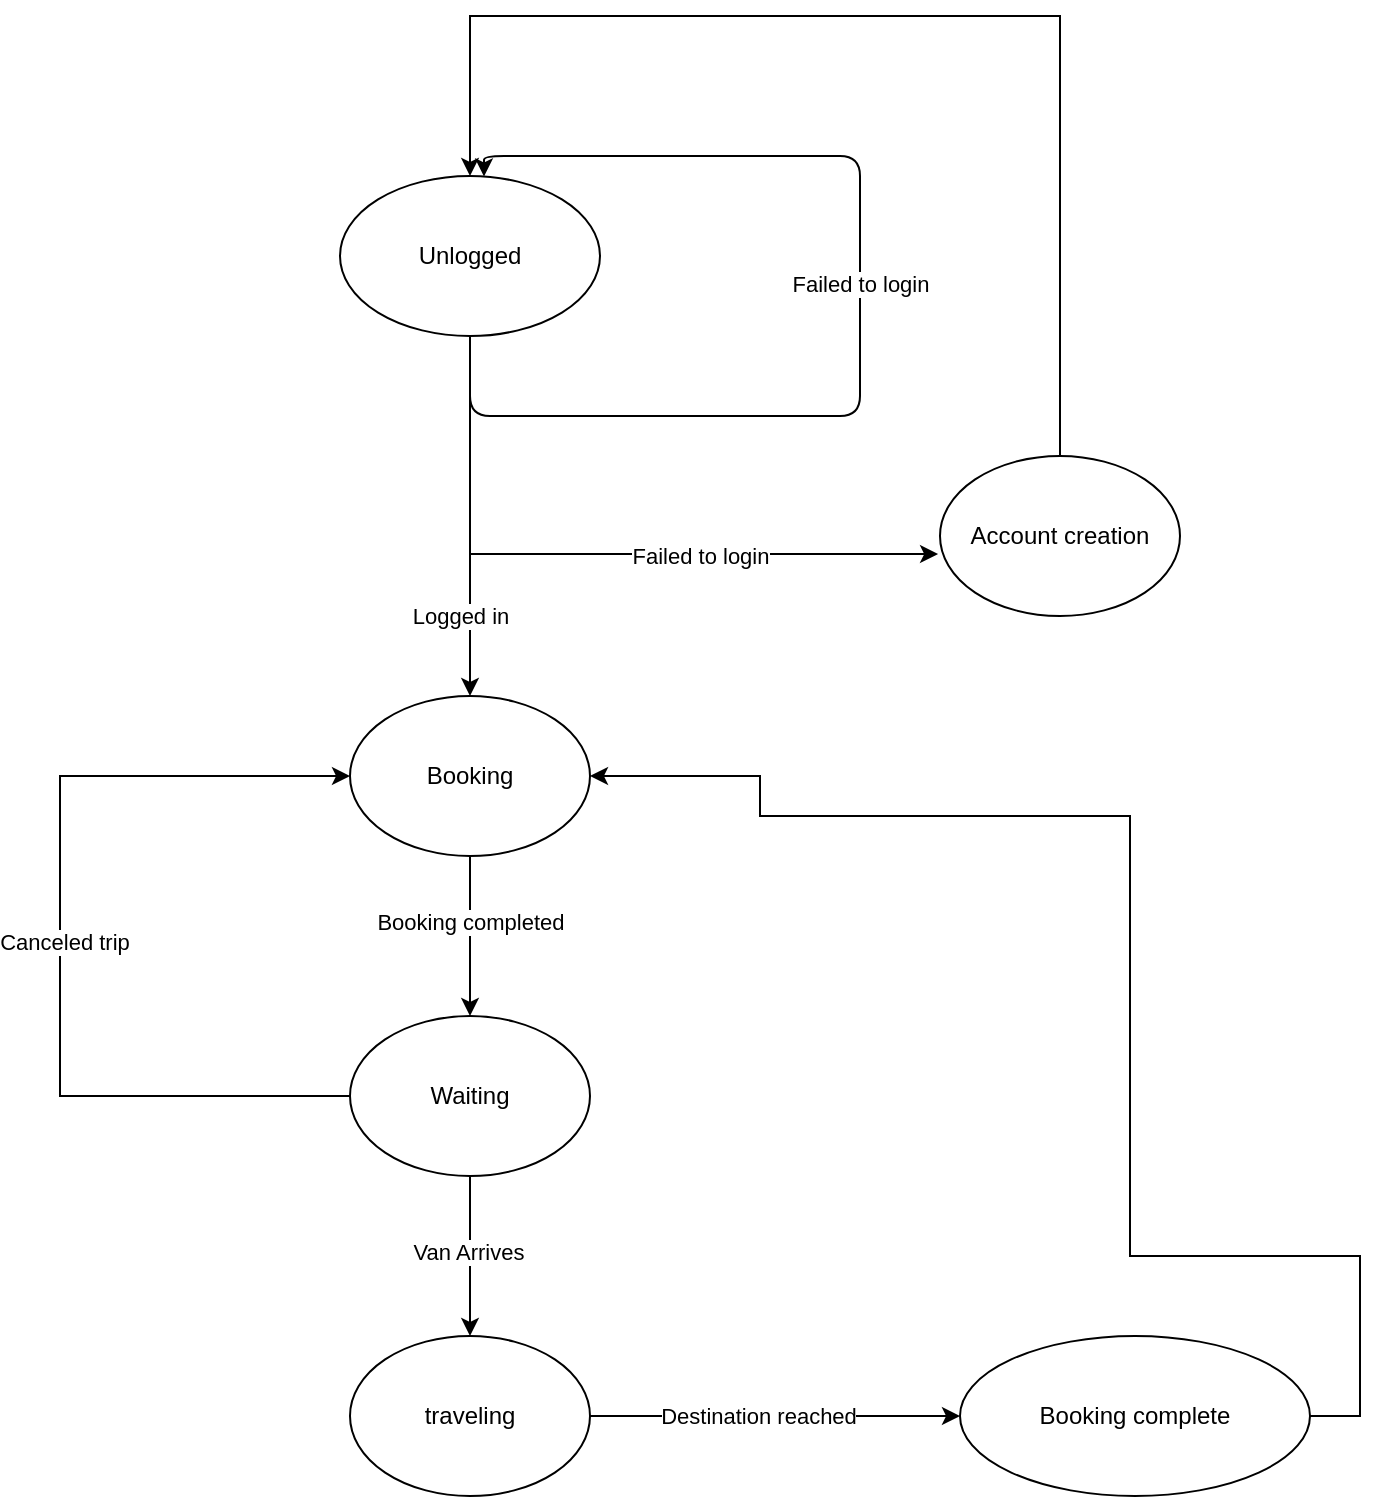
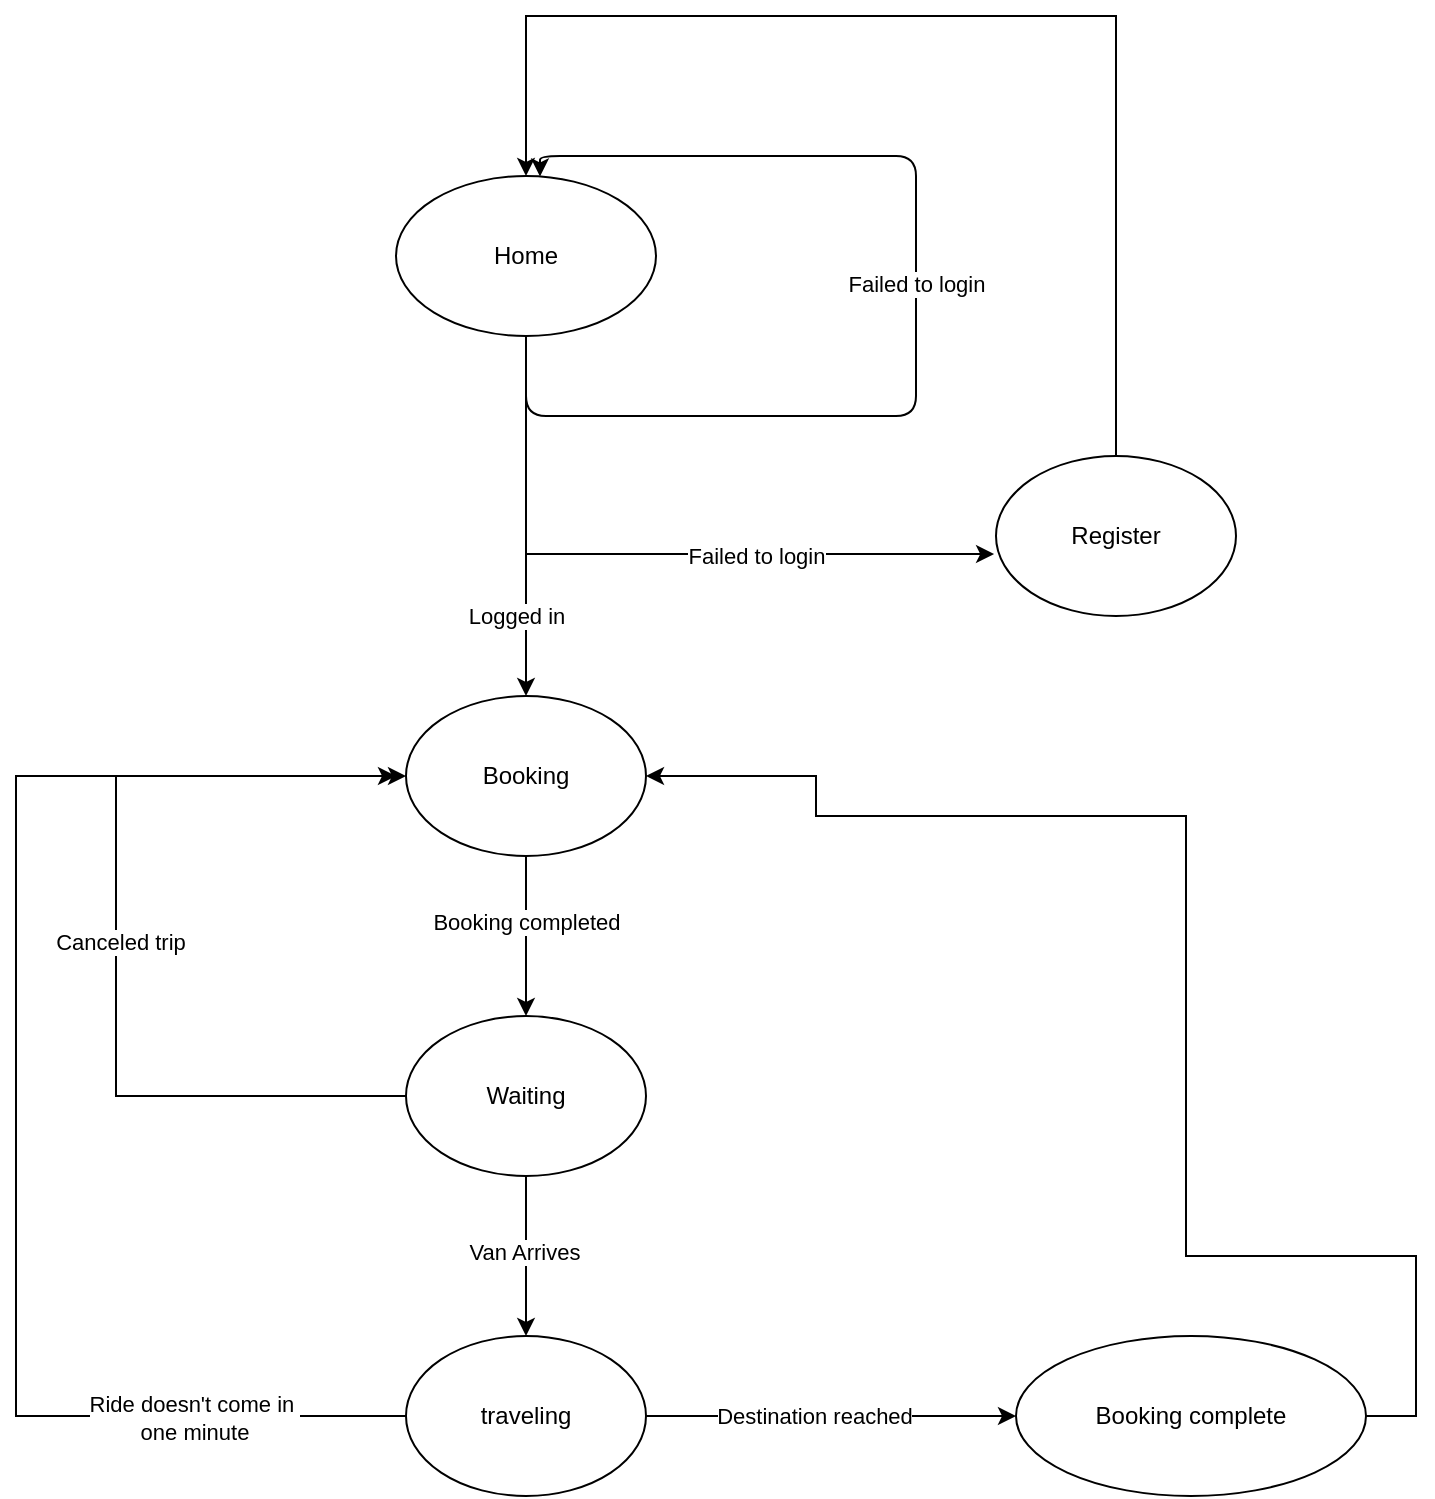
<mxfile host="app.diagrams.net">
  <diagram name="Page-1" id="2WAWrTisL8e0VHhELPyn">
    <mxGraphModel dx="1171" dy="707" grid="1" gridSize="10" guides="1" tooltips="1" connect="1" arrows="1" fold="1" page="1" pageScale="1" pageWidth="850" pageHeight="1100" math="0" shadow="0">
      <root>
        <mxCell id="0" />
        <mxCell id="1" parent="0" />
        <mxCell id="wllHSmSikJM-L9H1uCEE-3" edge="1" parent="1" source="wllHSmSikJM-L9H1uCEE-1" style="edgeStyle=orthogonalEdgeStyle;rounded=0;orthogonalLoop=1;jettySize=auto;html=1;" target="wllHSmSikJM-L9H1uCEE-2" value="Logged in">
          <mxGeometry relative="1" x="0.5556" y="-5" as="geometry">
            <mxPoint as="offset" />
          </mxGeometry>
        </mxCell>
-         <mxCell id="wllHSmSikJM-L9H1uCEE-1" parent="1" style="ellipse;whiteSpace=wrap;html=1;" value="Unlogged" vertex="1">
+         <mxCell id="wllHSmSikJM-L9H1uCEE-1" parent="1" style="ellipse;whiteSpace=wrap;html=1;" value="Home" vertex="1">
          <mxGeometry height="80" width="130" x="290" y="160" as="geometry" />
        </mxCell>
        <mxCell id="wllHSmSikJM-L9H1uCEE-11" edge="1" parent="1" source="wllHSmSikJM-L9H1uCEE-2" style="edgeStyle=orthogonalEdgeStyle;rounded=0;orthogonalLoop=1;jettySize=auto;html=1;" target="wllHSmSikJM-L9H1uCEE-10" value="">
          <mxGeometry relative="1" as="geometry" />
        </mxCell>
        <mxCell id="wllHSmSikJM-L9H1uCEE-17" connectable="0" parent="wllHSmSikJM-L9H1uCEE-11" style="edgeLabel;html=1;align=center;verticalAlign=middle;resizable=0;points=[];" value="Booking completed" vertex="1">
          <mxGeometry relative="1" x="-0.175" as="geometry">
            <mxPoint as="offset" />
          </mxGeometry>
        </mxCell>
        <mxCell id="wllHSmSikJM-L9H1uCEE-2" parent="1" style="ellipse;whiteSpace=wrap;html=1;" value="Booking" vertex="1">
          <mxGeometry height="80" width="120" x="295" y="420" as="geometry" />
        </mxCell>
        <mxCell id="wllHSmSikJM-L9H1uCEE-4" edge="1" parent="1" source="wllHSmSikJM-L9H1uCEE-1" style="edgeStyle=orthogonalEdgeStyle;rounded=1;orthogonalLoop=1;jettySize=auto;html=1;curved=0;" target="wllHSmSikJM-L9H1uCEE-1">
          <mxGeometry relative="1" as="geometry">
            <Array as="points">
              <mxPoint x="355" y="280" />
              <mxPoint x="550" y="280" />
              <mxPoint x="550" y="150" />
              <mxPoint x="362" y="150" />
            </Array>
          </mxGeometry>
        </mxCell>
        <mxCell id="wllHSmSikJM-L9H1uCEE-5" connectable="0" parent="wllHSmSikJM-L9H1uCEE-4" style="edgeLabel;html=1;align=center;verticalAlign=middle;resizable=0;points=[];" value="Failed to login" vertex="1">
          <mxGeometry relative="1" x="0.0603" as="geometry">
            <mxPoint y="-3" as="offset" />
          </mxGeometry>
        </mxCell>
        <mxCell id="wllHSmSikJM-L9H1uCEE-9" edge="1" parent="1" source="wllHSmSikJM-L9H1uCEE-6" style="edgeStyle=orthogonalEdgeStyle;rounded=0;orthogonalLoop=1;jettySize=auto;html=1;exitX=0.5;exitY=0;exitDx=0;exitDy=0;entryX=0.5;entryY=0;entryDx=0;entryDy=0;" target="wllHSmSikJM-L9H1uCEE-1">
          <mxGeometry relative="1" as="geometry">
            <Array as="points">
              <mxPoint x="650" y="80" />
              <mxPoint x="355" y="80" />
            </Array>
            <mxPoint x="660" y="80" as="targetPoint" />
          </mxGeometry>
        </mxCell>
-         <mxCell id="wllHSmSikJM-L9H1uCEE-6" parent="1" style="ellipse;whiteSpace=wrap;html=1;" value="Account creation" vertex="1">
+         <mxCell id="wllHSmSikJM-L9H1uCEE-6" parent="1" style="ellipse;whiteSpace=wrap;html=1;" value="Register" vertex="1">
          <mxGeometry height="80" width="120" x="590" y="300" as="geometry" />
        </mxCell>
        <mxCell id="wllHSmSikJM-L9H1uCEE-7" edge="1" parent="1" source="wllHSmSikJM-L9H1uCEE-1" style="edgeStyle=orthogonalEdgeStyle;rounded=0;orthogonalLoop=1;jettySize=auto;html=1;exitX=0.5;exitY=1;exitDx=0;exitDy=0;entryX=-0.008;entryY=0.613;entryDx=0;entryDy=0;entryPerimeter=0;" target="wllHSmSikJM-L9H1uCEE-6">
          <mxGeometry relative="1" as="geometry">
            <Array as="points">
              <mxPoint x="355" y="349" />
            </Array>
          </mxGeometry>
        </mxCell>
        <mxCell id="wllHSmSikJM-L9H1uCEE-8" connectable="0" parent="wllHSmSikJM-L9H1uCEE-7" style="edgeLabel;html=1;align=center;verticalAlign=middle;resizable=0;points=[];" value="Failed to login" vertex="1">
          <mxGeometry relative="1" x="0.2885" y="-4" as="geometry">
            <mxPoint x="3" y="-3" as="offset" />
          </mxGeometry>
        </mxCell>
        <mxCell id="wllHSmSikJM-L9H1uCEE-13" edge="1" parent="1" source="wllHSmSikJM-L9H1uCEE-10" style="edgeStyle=orthogonalEdgeStyle;rounded=0;orthogonalLoop=1;jettySize=auto;html=1;" target="wllHSmSikJM-L9H1uCEE-12" value="">
          <mxGeometry relative="1" as="geometry" />
        </mxCell>
        <mxCell id="wllHSmSikJM-L9H1uCEE-18" connectable="0" parent="wllHSmSikJM-L9H1uCEE-13" style="edgeLabel;html=1;align=center;verticalAlign=middle;resizable=0;points=[];" value="Van Arrives" vertex="1">
          <mxGeometry relative="1" x="-0.05" y="-1" as="geometry">
            <mxPoint as="offset" />
          </mxGeometry>
        </mxCell>
        <mxCell id="wllHSmSikJM-L9H1uCEE-22" edge="1" parent="1" source="wllHSmSikJM-L9H1uCEE-10" style="edgeStyle=orthogonalEdgeStyle;rounded=0;orthogonalLoop=1;jettySize=auto;html=1;entryX=0;entryY=0.5;entryDx=0;entryDy=0;exitX=0;exitY=0.5;exitDx=0;exitDy=0;" target="wllHSmSikJM-L9H1uCEE-2">
          <mxGeometry relative="1" as="geometry">
            <Array as="points">
              <mxPoint x="150" y="620" />
              <mxPoint x="150" y="460" />
            </Array>
            <mxPoint x="290" y="610" as="sourcePoint" />
          </mxGeometry>
        </mxCell>
        <mxCell id="wllHSmSikJM-L9H1uCEE-23" connectable="0" parent="wllHSmSikJM-L9H1uCEE-22" style="edgeLabel;html=1;align=center;verticalAlign=middle;resizable=0;points=[];" value="Canceled trip" vertex="1">
          <mxGeometry relative="1" x="-0.0133" y="-2" as="geometry">
            <mxPoint as="offset" />
          </mxGeometry>
        </mxCell>
        <mxCell id="wllHSmSikJM-L9H1uCEE-10" parent="1" style="ellipse;whiteSpace=wrap;html=1;" value="&lt;div&gt;Waiting&lt;/div&gt;" vertex="1">
          <mxGeometry height="80" width="120" x="295" y="580" as="geometry" />
        </mxCell>
        <mxCell id="wllHSmSikJM-L9H1uCEE-15" edge="1" parent="1" source="wllHSmSikJM-L9H1uCEE-12" style="edgeStyle=orthogonalEdgeStyle;rounded=0;orthogonalLoop=1;jettySize=auto;html=1;" target="wllHSmSikJM-L9H1uCEE-14" value="">
          <mxGeometry relative="1" as="geometry" />
        </mxCell>
        <mxCell id="wllHSmSikJM-L9H1uCEE-19" connectable="0" parent="wllHSmSikJM-L9H1uCEE-15" style="edgeLabel;html=1;align=center;verticalAlign=middle;resizable=0;points=[];" value="Destination reached" vertex="1">
          <mxGeometry relative="1" x="-0.1" y="-4" as="geometry">
            <mxPoint y="-4" as="offset" />
          </mxGeometry>
        </mxCell>
+         <mxCell id="wllHSmSikJM-L9H1uCEE-24" edge="1" parent="1" source="wllHSmSikJM-L9H1uCEE-12" style="edgeStyle=orthogonalEdgeStyle;rounded=0;orthogonalLoop=1;jettySize=auto;html=1;">
+           <mxGeometry relative="1" as="geometry">
+             <Array as="points">
+               <mxPoint x="100" y="780" />
+               <mxPoint x="100" y="460" />
+             </Array>
+             <mxPoint x="290" y="460" as="targetPoint" />
+           </mxGeometry>
+         </mxCell>
+         <mxCell id="wllHSmSikJM-L9H1uCEE-25" connectable="0" parent="wllHSmSikJM-L9H1uCEE-24" style="edgeLabel;html=1;align=center;verticalAlign=middle;resizable=0;points=[];" value="Ride doesn&#39;t come in&amp;nbsp;&lt;br&gt;one minute" vertex="1">
+           <mxGeometry relative="1" x="-0.7397" y="1" as="geometry">
+             <mxPoint x="-14" as="offset" />
+           </mxGeometry>
+         </mxCell>
        <mxCell id="wllHSmSikJM-L9H1uCEE-12" parent="1" style="ellipse;whiteSpace=wrap;html=1;" value="traveling" vertex="1">
          <mxGeometry height="80" width="120" x="295" y="740" as="geometry" />
        </mxCell>
        <mxCell id="wllHSmSikJM-L9H1uCEE-16" edge="1" parent="1" source="wllHSmSikJM-L9H1uCEE-14" style="edgeStyle=orthogonalEdgeStyle;rounded=0;orthogonalLoop=1;jettySize=auto;html=1;exitX=1;exitY=0.5;exitDx=0;exitDy=0;entryX=1;entryY=0.5;entryDx=0;entryDy=0;" target="wllHSmSikJM-L9H1uCEE-2">
          <mxGeometry relative="1" as="geometry">
            <Array as="points">
              <mxPoint x="800" y="780" />
              <mxPoint x="800" y="700" />
              <mxPoint x="685" y="700" />
              <mxPoint x="685" y="480" />
              <mxPoint x="500" y="480" />
              <mxPoint x="500" y="460" />
            </Array>
            <mxPoint x="665" y="835" as="sourcePoint" />
            <mxPoint x="425" y="350" as="targetPoint" />
          </mxGeometry>
        </mxCell>
        <mxCell id="wllHSmSikJM-L9H1uCEE-14" parent="1" style="ellipse;whiteSpace=wrap;html=1;" value="Booking complete" vertex="1">
          <mxGeometry height="80" width="175" x="600" y="740" as="geometry" />
        </mxCell>
      </root>
    </mxGraphModel>
  </diagram>
</mxfile>
